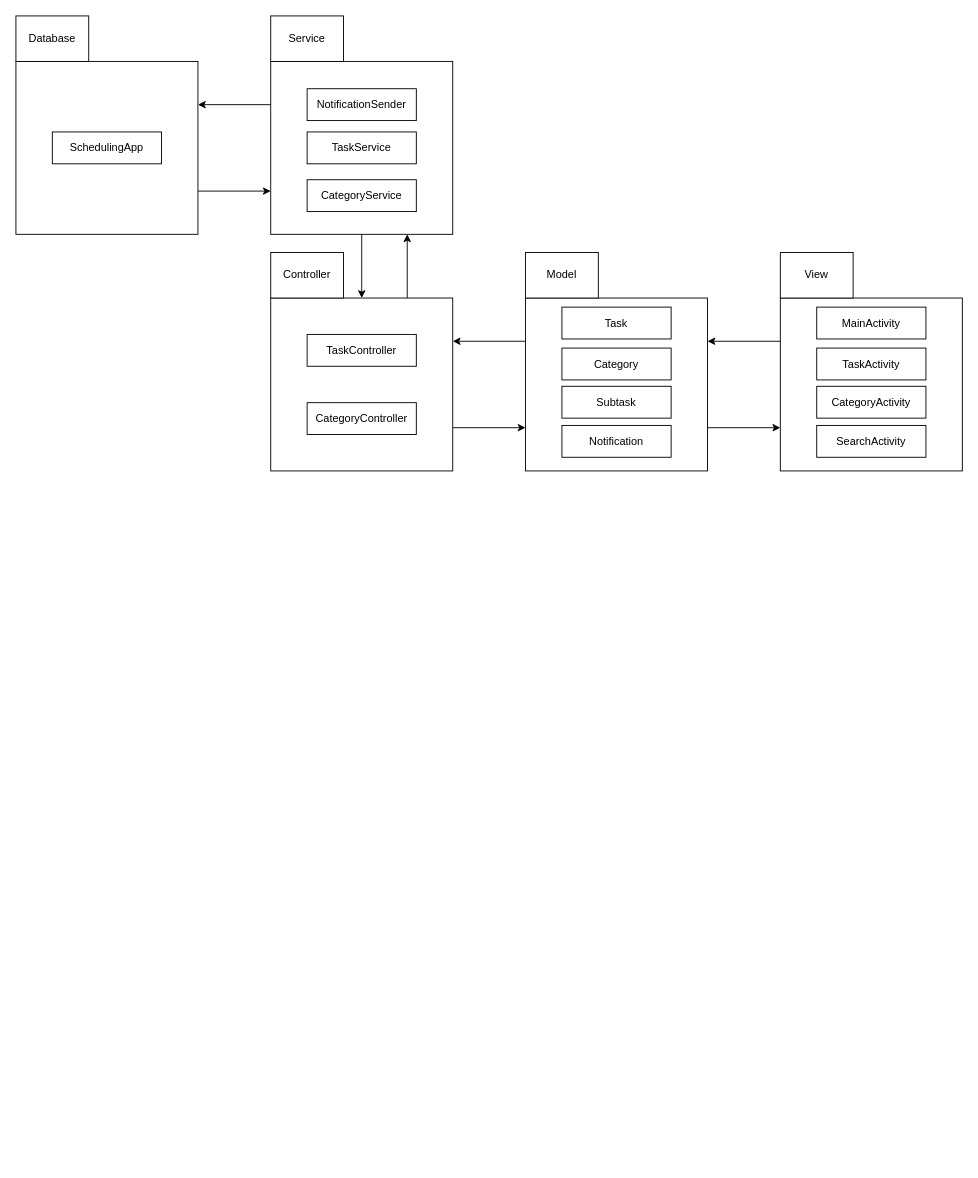
BaronVice/schemas keeps this draw.io diagram as ModuleStructure.drawio. Above is the earlier version. Source tidied: cells renumbered, new cells numbered last; positions are measured from the earlier drawing's top-left corner, leaving out a move shared by most shapes. Both pictures are drawn from the tidied source at 91%, with x=0, y=0 at pixel (15, 15).
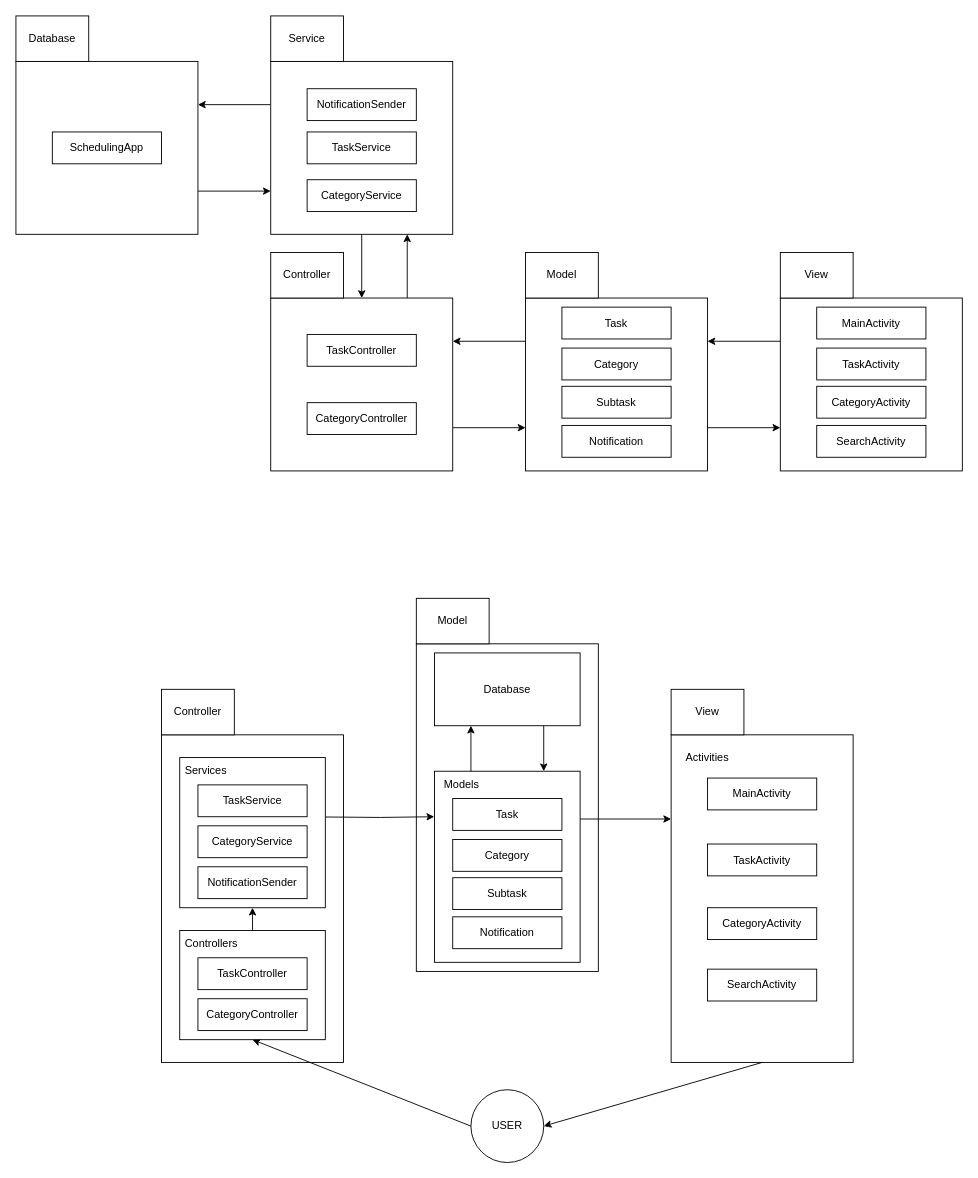
The same diagram, later.

What changed in the source:
```diff
@@
+    <mxCell id="34" value="USER" style="ellipse;whiteSpace=wrap;html=1;" parent="1" vertex="1">
+      <mxGeometry x="500" y="1180" width="80" height="80" as="geometry" />
+    </mxCell>
+    <mxCell id="35" style="rounded=0;whiteSpace=wrap;html=1;" parent="1" vertex="1">
+      <mxGeometry x="160" y="790" width="200" height="360" as="geometry" />
+    </mxCell>
+    <mxCell id="36" value="Controller" style="rounded=0;whiteSpace=wrap;html=1;" parent="1" vertex="1">
+      <mxGeometry x="160" y="740" width="80" height="50" as="geometry" />
+    </mxCell>
+    <mxCell id="37" style="rounded=0;whiteSpace=wrap;html=1;" parent="1" vertex="1">
+      <mxGeometry x="440" y="690" width="200" height="360" as="geometry" />
+    </mxCell>
+    <mxCell id="38" value="Model" style="rounded=0;whiteSpace=wrap;html=1;" parent="1" vertex="1">
+      <mxGeometry x="440" y="640" width="80" height="50" as="geometry" />
+    </mxCell>
+    <mxCell id="39" style="rounded=0;whiteSpace=wrap;html=1;" parent="1" vertex="1">
+      <mxGeometry x="720" y="790" width="200" height="360" as="geometry" />
+    </mxCell>
+    <mxCell id="40" value="View" style="rounded=0;whiteSpace=wrap;html=1;" parent="1" vertex="1">
+      <mxGeometry x="720" y="740" width="80" height="50" as="geometry" />
+    </mxCell>
+    <mxCell id="41" value="MainActivity" style="rounded=0;whiteSpace=wrap;html=1;" parent="1" vertex="1">
+      <mxGeometry x="760" y="837.5" width="120" height="35" as="geometry" />
+    </mxCell>
+    <mxCell id="42" value="TaskActivity" style="rounded=0;whiteSpace=wrap;html=1;" parent="1" vertex="1">
+      <mxGeometry x="760" y="910" width="120" height="35" as="geometry" />
+    </mxCell>
+    <mxCell id="43" value="CategoryActivity" style="rounded=0;whiteSpace=wrap;html=1;" parent="1" vertex="1">
+      <mxGeometry x="760" y="980" width="120" height="35" as="geometry" />
+    </mxCell>
+    <mxCell id="44" value="SearchActivity" style="rounded=0;whiteSpace=wrap;html=1;" parent="1" vertex="1">
+      <mxGeometry x="760" y="1047.5" width="120" height="35" as="geometry" />
+    </mxCell>
+    <mxCell id="45" style="endArrow=classic;html=1;rounded=0;entryX=0.5;entryY=1;entryDx=0;entryDy=0;exitX=0;exitY=0.5;exitDx=0;exitDy=0;" parent="1" edge="1" source="34" target="48">
+      <mxGeometry relative="1" as="geometry" />
+    </mxCell>
+    <mxCell id="46" style="endArrow=classic;html=1;rounded=0;entryX=1;entryY=0.5;entryDx=0;entryDy=0;exitX=0.5;exitY=1;exitDx=0;exitDy=0;" parent="1" edge="1" source="39" target="34">
+      <mxGeometry relative="1" as="geometry" />
+    </mxCell>
+    <mxCell id="47" style="edgeStyle=orthogonalEdgeStyle;rounded=0;jettySize=auto;html=1;exitX=0.5;exitY=0;exitDx=0;exitDy=0;entryX=0.5;entryY=1;entryDx=0;entryDy=0;" parent="1" edge="1" source="48" target="52">
+      <mxGeometry relative="1" as="geometry" />
+    </mxCell>
+    <mxCell id="48" style="rounded=0;whiteSpace=wrap;html=1;" parent="1" vertex="1">
+      <mxGeometry x="180" y="1005" width="160" height="120" as="geometry" />
+    </mxCell>
+    <mxCell id="49" value="TaskController" style="rounded=0;whiteSpace=wrap;html=1;" parent="1" vertex="1">
+      <mxGeometry x="200" y="1035" width="120" height="35" as="geometry" />
+    </mxCell>
+    <mxCell id="50" value="CategoryController" style="rounded=0;whiteSpace=wrap;html=1;" parent="1" vertex="1">
+      <mxGeometry x="200" y="1080" width="120" height="35" as="geometry" />
+    </mxCell>
+    <mxCell id="51" value="Controllers" style="text;strokeColor=none;fillColor=none;align=left;verticalAlign=middle;spacingLeft=4;spacingRight=4;overflow=hidden;whiteSpace=wrap;html=1;" parent="1" vertex="1">
+      <mxGeometry x="180" y="1005" width="80" height="30" as="geometry" />
+    </mxCell>
+    <mxCell id="52" style="rounded=0;whiteSpace=wrap;html=1;" parent="1" vertex="1">
+      <mxGeometry x="180" y="815" width="160" height="165" as="geometry" />
+    </mxCell>
+    <mxCell id="53" value="TaskService" style="rounded=0;whiteSpace=wrap;html=1;" parent="1" vertex="1">
+      <mxGeometry x="200" y="845" width="120" height="35" as="geometry" />
+    </mxCell>
+    <mxCell id="54" value="CategoryService" style="rounded=0;whiteSpace=wrap;html=1;" parent="1" vertex="1">
+      <mxGeometry x="200" y="890" width="120" height="35" as="geometry" />
+    </mxCell>
+    <mxCell id="55" value="Services" style="text;strokeColor=none;fillColor=none;align=left;verticalAlign=middle;spacingLeft=4;spacingRight=4;overflow=hidden;whiteSpace=wrap;html=1;" parent="1" vertex="1">
+      <mxGeometry x="180" y="815" width="80" height="30" as="geometry" />
+    </mxCell>
+    <mxCell id="56" value="NotificationSender" style="rounded=0;whiteSpace=wrap;html=1;" parent="1" vertex="1">
+      <mxGeometry x="200" y="935" width="120" height="35" as="geometry" />
+    </mxCell>
+    <mxCell id="57" value="Activities" style="text;html=1;align=center;verticalAlign=middle;whiteSpace=wrap;rounded=0;" parent="1" vertex="1">
+      <mxGeometry x="730" y="800" width="60" height="30" as="geometry" />
+    </mxCell>
+    <mxCell id="58" style="edgeStyle=orthogonalEdgeStyle;rounded=0;jettySize=auto;html=1;exitX=0.25;exitY=0;exitDx=0;exitDy=0;entryX=0.25;entryY=1;entryDx=0;entryDy=0;" parent="1" edge="1" source="60" target="67">
+      <mxGeometry relative="1" as="geometry" />
+    </mxCell>
+    <mxCell id="59" style="edgeStyle=orthogonalEdgeStyle;rounded=0;jettySize=auto;html=1;exitX=1;exitY=0.25;exitDx=0;exitDy=0;" parent="1" edge="1" source="60" target="39">
+      <mxGeometry relative="1" as="geometry">
+        <Array as="points">
+          <mxPoint x="700" y="882" />
+          <mxPoint x="700" y="882" />
+        </Array>
+      </mxGeometry>
+    </mxCell>
+    <mxCell id="60" style="rounded=0;whiteSpace=wrap;html=1;" parent="1" vertex="1">
+      <mxGeometry x="460" y="830" width="160" height="210" as="geometry" />
+    </mxCell>
+    <mxCell id="61" value="Task" style="rounded=0;whiteSpace=wrap;html=1;" parent="1" vertex="1">
+      <mxGeometry x="480" y="860" width="120" height="35" as="geometry" />
+    </mxCell>
+    <mxCell id="62" value="Category" style="rounded=0;whiteSpace=wrap;html=1;" parent="1" vertex="1">
+      <mxGeometry x="480" y="905" width="120" height="35" as="geometry" />
+    </mxCell>
+    <mxCell id="63" value="Subtask" style="rounded=0;whiteSpace=wrap;html=1;" parent="1" vertex="1">
+      <mxGeometry x="480" y="947" width="120" height="35" as="geometry" />
+    </mxCell>
+    <mxCell id="64" value="Notification" style="rounded=0;whiteSpace=wrap;html=1;" parent="1" vertex="1">
+      <mxGeometry x="480" y="990" width="120" height="35" as="geometry" />
+    </mxCell>
+    <mxCell id="65" value="Models" style="text;html=1;align=center;verticalAlign=middle;whiteSpace=wrap;rounded=0;" parent="1" vertex="1">
+      <mxGeometry x="460" y="830" width="60" height="30" as="geometry" />
+    </mxCell>
+    <mxCell id="66" style="edgeStyle=orthogonalEdgeStyle;rounded=0;jettySize=auto;html=1;exitX=0.75;exitY=1;exitDx=0;exitDy=0;entryX=0.75;entryY=0;entryDx=0;entryDy=0;" parent="1" edge="1" source="67" target="60">
+      <mxGeometry relative="1" as="geometry" />
+    </mxCell>
+    <mxCell id="67" value="Database" style="rounded=0;whiteSpace=wrap;html=1;" parent="1" vertex="1">
+      <mxGeometry x="460" y="700" width="160" height="80" as="geometry" />
+    </mxCell>
+    <mxCell id="68" style="edgeStyle=orthogonalEdgeStyle;rounded=0;orthogonalLoop=1;jettySize=auto;html=1;exitX=1;exitY=0.5;exitDx=0;exitDy=0;entryX=-0.002;entryY=0.336;entryDx=0;entryDy=0;entryPerimeter=0;" parent="1" edge="1">
+      <mxGeometry relative="1" as="geometry">
+        <mxPoint x="340" y="880.3" as="sourcePoint" />
+        <mxPoint x="459.7" y="880" as="targetPoint" />
+      </mxGeometry>
+    </mxCell>
```
